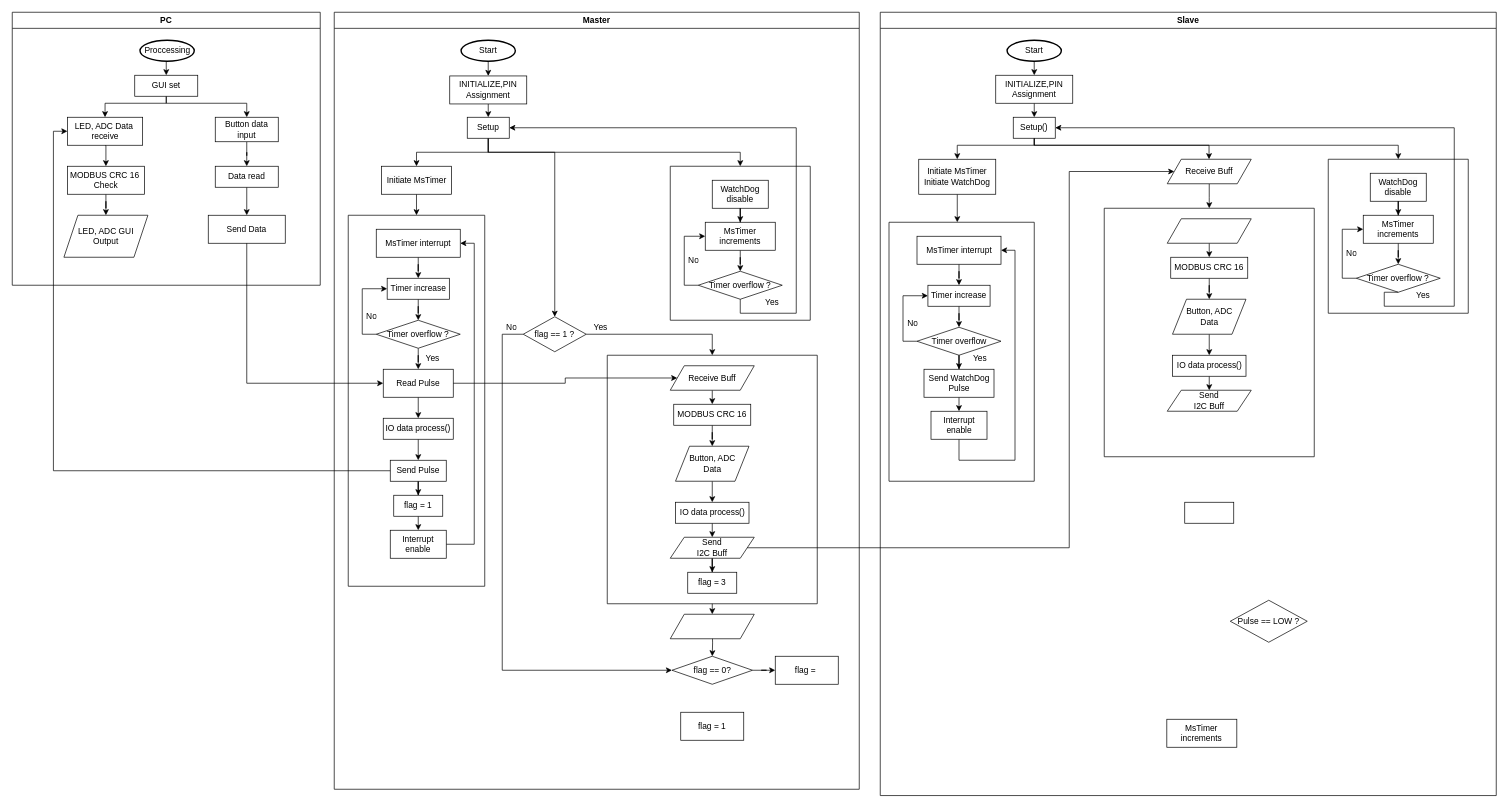
Earlier version of the draw.io diagram Flowchart.drawio (hsy19y/Flowchart). Source tidied: cells renumbered, new cells numbered last; positions are measured from the earlier drawing's top-left corner, leaving out a move shared by most shapes. Both pictures are drawn from the tidied source at 70%, with x=0, y=0 at pixel (12, 12).
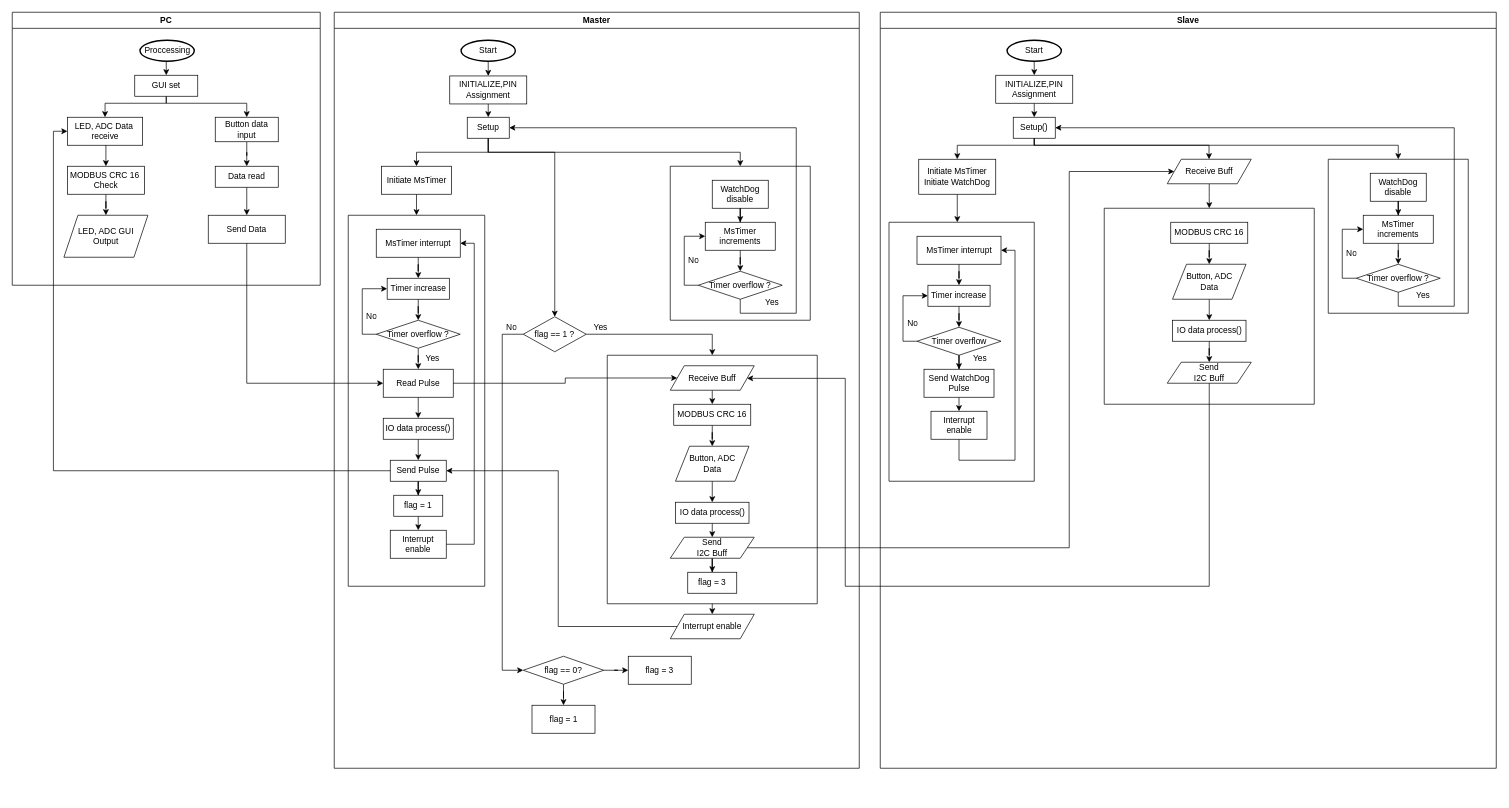
After the change.

The change refers to these unchanged cells:
```xml
<mxCell id="23" value="Setup()" style="rounded=0;whiteSpace=wrap;html=1;" parent="18" vertex="1">
  <mxGeometry x="190" y="150" width="60" height="30" as="geometry" />
</mxCell>
<mxCell id="45" value="Timer overflow ?" style="rhombus;whiteSpace=wrap;html=1;" parent="43" vertex="1">
  <mxGeometry x="40" y="150" width="120" height="40" as="geometry" />
</mxCell>
<mxCell id="88" value="Receive Buff" style="shape=parallelogram;perimeter=parallelogramPerimeter;whiteSpace=wrap;html=1;fixedSize=1;" parent="80" vertex="1">
  <mxGeometry x="90" y="15" width="120" height="35" as="geometry" />
</mxCell>
<mxCell id="110" value="Send Pulse" style="rounded=0;whiteSpace=wrap;html=1;" parent="95" vertex="1">
  <mxGeometry x="60" y="350" width="80" height="30" as="geometry" />
</mxCell>
```

Diff of the diagram source:
```diff
@@
     <mxCell id="18" value="Slave" style="swimlane;whiteSpace=wrap;html=1;" parent="1" vertex="1">
-      <mxGeometry x="1240" width="880" height="1119" as="geometry" />
+      <mxGeometry x="1240" width="880" height="1080" as="geometry" />
     </mxCell>
@@
-    <mxCell id="26" value="Pulse == LOW ?" style="rhombus;whiteSpace=wrap;html=1;" parent="18" vertex="1">
-      <mxGeometry x="500" y="840" width="110" height="60" as="geometry" />
-    </mxCell>
@@
     <mxCell id="53" style="edgeStyle=orthogonalEdgeStyle;rounded=0;jettySize=auto;html=1;entryX=1;entryY=0.5;entryDx=0;entryDy=0;exitX=0.5;exitY=1;exitDx=0;exitDy=0;" parent="18" edge="1" source="45" target="23">
       <mxGeometry relative="1" as="geometry">
         <Array as="points">
-          <mxPoint x="720" y="400" />
-          <mxPoint x="720" y="420" />
+          <mxPoint x="740" y="420" />
           <mxPoint x="820" y="420" />
           <mxPoint x="820" y="165" />
         </Array>
       </mxGeometry>
     </mxCell>
-    <mxCell id="54" style="rounded=0;whiteSpace=wrap;html=1;" parent="18" vertex="1">
-      <mxGeometry x="435" y="700" width="70" height="30" as="geometry" />
-    </mxCell>
@@
     <mxCell id="57" style="swimlane;startSize=0;" parent="18" vertex="1">
-      <mxGeometry x="320" y="280" width="300" height="355" as="geometry" />
+      <mxGeometry x="320" y="280" width="300" height="280" as="geometry" />
     </mxCell>
-    <mxCell id="58" style="edgeStyle=orthogonalEdgeStyle;rounded=0;jettySize=auto;html=1;exitX=0.5;exitY=1;exitDx=0;exitDy=0;entryX=0.5;entryY=0;entryDx=0;entryDy=0;" parent="57" edge="1" target="60">
-      <mxGeometry relative="1" as="geometry">
-        <mxPoint x="150" y="50" as="sourcePoint" />
-      </mxGeometry>
-    </mxCell>
@@
     <mxCell id="60" value="MODBUS CRC 16" style="rounded=0;whiteSpace=wrap;html=1;" parent="57" vertex="1">
-      <mxGeometry x="95" y="70" width="110" height="30" as="geometry" />
+      <mxGeometry x="95" y="20" width="110" height="30" as="geometry" />
     </mxCell>
@@
     <mxCell id="62" value="Button, ADC&lt;br style=&quot;border-color: var(--border-color);&quot;&gt;Data" style="shape=parallelogram;perimeter=parallelogramPerimeter;whiteSpace=wrap;html=1;fixedSize=1;" parent="57" vertex="1">
-      <mxGeometry x="97.5" y="130" width="105" height="50" as="geometry" />
+      <mxGeometry x="97.5" y="80" width="105" height="50" as="geometry" />
     </mxCell>
-    <mxCell id="63" style="edgeStyle=orthogonalEdgeStyle;rounded=0;jettySize=auto;html=1;exitX=0.5;exitY=1;exitDx=0;exitDy=0;entryX=0.5;entryY=0;entryDx=0;entryDy=0;" parent="57" edge="1" source="64">
-      <mxGeometry relative="1" as="geometry">
-        <mxPoint x="150" y="260" as="targetPoint" />
-      </mxGeometry>
-    </mxCell>
+    <mxCell id="138" style="edgeStyle=orthogonalEdgeStyle;rounded=0;jettySize=auto;html=1;entryX=0.5;entryY=0;entryDx=0;entryDy=0;" parent="57" edge="1" source="64" target="66">
+      <mxGeometry relative="1" as="geometry" />
+    </mxCell>
     <mxCell id="64" value="IO data process()" style="rounded=0;whiteSpace=wrap;html=1;" parent="57" vertex="1">
-      <mxGeometry x="97.5" y="210" width="105" height="30" as="geometry" />
+      <mxGeometry x="97.5" y="160" width="105" height="30" as="geometry" />
     </mxCell>
-    <mxCell id="65" style="shape=parallelogram;perimeter=parallelogramPerimeter;whiteSpace=wrap;html=1;fixedSize=1;" parent="57" vertex="1">
-      <mxGeometry x="90" y="15" width="120" height="35" as="geometry" />
-    </mxCell>
     <mxCell id="66" value="Send&lt;br style=&quot;border-color: var(--border-color);&quot;&gt;I2C Buff" style="shape=parallelogram;perimeter=parallelogramPerimeter;whiteSpace=wrap;html=1;fixedSize=1;" parent="57" vertex="1">
-      <mxGeometry x="90" y="260" width="120" height="30" as="geometry" />
+      <mxGeometry x="90" y="220" width="120" height="30" as="geometry" />
     </mxCell>
     <mxCell id="67" value="Master" style="swimlane;whiteSpace=wrap;html=1;" parent="1" vertex="1">
-      <mxGeometry x="460" width="750" height="1110" as="geometry" />
+      <mxGeometry x="460" width="750" height="1080" as="geometry" />
     </mxCell>
@@
-    <mxCell id="94" style="edgeStyle=orthogonalEdgeStyle;rounded=0;jettySize=auto;html=1;exitX=0.5;exitY=1;exitDx=0;exitDy=0;entryX=0.5;entryY=0;entryDx=0;entryDy=0;" parent="67" edge="1" target="116">
-      <mxGeometry relative="1" as="geometry">
-        <mxPoint x="540" y="880" as="sourcePoint" />
-      </mxGeometry>
-    </mxCell>
@@
+    <mxCell id="139" style="edgeStyle=orthogonalEdgeStyle;rounded=0;jettySize=auto;html=1;" parent="67" edge="1" source="116" target="132">
+      <mxGeometry relative="1" as="geometry" />
+    </mxCell>
     <mxCell id="116" value="flag == 0?" style="rhombus;whiteSpace=wrap;html=1;" parent="67" vertex="1">
-      <mxGeometry x="482.5" y="920" width="115" height="40" as="geometry" />
+      <mxGeometry x="270" y="920" width="115" height="40" as="geometry" />
     </mxCell>
@@
+    <mxCell id="140" style="edgeStyle=orthogonalEdgeStyle;rounded=0;jettySize=auto;html=1;entryX=1;entryY=0.5;entryDx=0;entryDy=0;" parent="67" edge="1" source="130" target="110">
+      <mxGeometry relative="1" as="geometry" />
+    </mxCell>
-    <mxCell id="130" style="shape=parallelogram;perimeter=parallelogramPerimeter;whiteSpace=wrap;html=1;fixedSize=1;" parent="67" vertex="1">
+    <mxCell id="130" value="Interrupt enable" style="shape=parallelogram;perimeter=parallelogramPerimeter;whiteSpace=wrap;html=1;fixedSize=1;" parent="67" vertex="1">
       <mxGeometry x="480" y="860" width="120" height="35" as="geometry" />
     </mxCell>
-    <mxCell id="131" value="flag =&amp;nbsp;" style="rounded=0;whiteSpace=wrap;html=1;" parent="67" vertex="1">
-      <mxGeometry x="630" y="920" width="90" height="40" as="geometry" />
+    <mxCell id="131" value="flag = 3" style="rounded=0;whiteSpace=wrap;html=1;" parent="67" vertex="1">
+      <mxGeometry x="420" y="920" width="90" height="40" as="geometry" />
     </mxCell>
     <mxCell id="132" value="flag = 1" style="rounded=0;whiteSpace=wrap;html=1;" parent="67" vertex="1">
-      <mxGeometry x="495" y="1000" width="90" height="40" as="geometry" />
+      <mxGeometry x="282.5" y="990" width="90" height="40" as="geometry" />
     </mxCell>
-    <mxCell id="133" value="MsTimer&lt;br&gt;increments" style="rounded=0;whiteSpace=wrap;html=1;" parent="1" vertex="1">
-      <mxGeometry x="1649.4" y="1010" width="100" height="40" as="geometry" />
-    </mxCell>
@@
+    <mxCell id="141" style="edgeStyle=orthogonalEdgeStyle;rounded=0;jettySize=auto;html=1;exitX=0.5;exitY=1;exitDx=0;exitDy=0;" parent="1" edge="1" source="66" target="88">
+      <mxGeometry relative="1" as="geometry">
+        <Array as="points">
+          <mxPoint x="1710" y="820" />
+          <mxPoint x="1190" y="820" />
+          <mxPoint x="1190" y="523" />
+        </Array>
+      </mxGeometry>
+    </mxCell>
```
